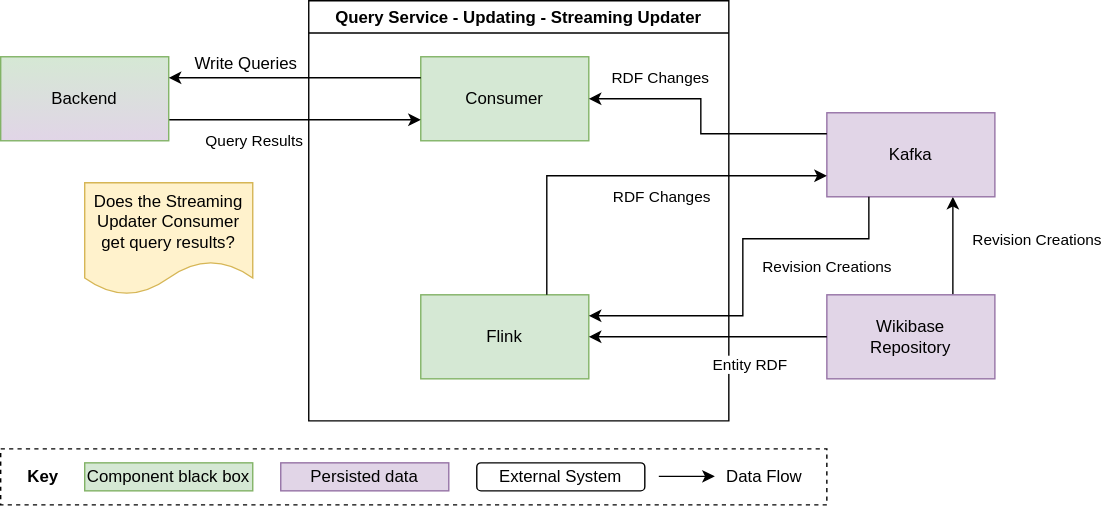
This is systems/Query/diagrams/05-02-streaming-updater.drawio.svg from wmde/wikidata-wikibase-architecture, a draw.io export, as it was before one commit. Source tidied: cells renumbered, new cells last; positions are measured from the earlier drawing's top-left corner, leaving out a move shared by most shapes.
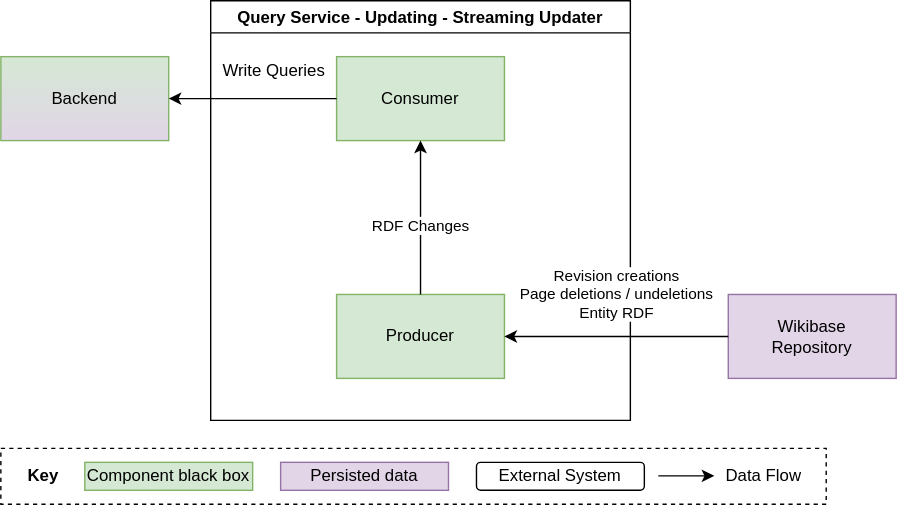
Later version of the same file.

Commit message:
Change terminology and mainly remove kafka

What changed in the source:
```diff
@@ -3,14 +3,25 @@
     <mxCell id="0" />
     <mxCell id="1" parent="0" />
     <mxCell id="2" value="Query Service - Updating - Streaming Updater" style="swimlane;" parent="1" vertex="1">
-      <mxGeometry x="220" width="300" height="300" as="geometry" />
+      <mxGeometry x="150" width="300" height="300" as="geometry" />
     </mxCell>
-    <mxCell id="3" value="Flink" style="rounded=0;whiteSpace=wrap;html=1;fillColor=#d5e8d4;strokeColor=#82b366;" parent="2" vertex="1">
-      <mxGeometry x="80" y="210" width="120" height="60" as="geometry" />
+    <mxCell id="3" value="Producer" style="rounded=0;whiteSpace=wrap;html=1;fillColor=#d5e8d4;strokeColor=#82b366;" parent="2" vertex="1">
+      <mxGeometry x="90" y="210" width="120" height="60" as="geometry" />
     </mxCell>
     <mxCell id="4" value="Consumer" style="rounded=0;whiteSpace=wrap;html=1;fillColor=#d5e8d4;strokeColor=#82b366;" parent="2" vertex="1">
-      <mxGeometry x="80" y="40" width="120" height="60" as="geometry" />
+      <mxGeometry x="90" y="40" width="120" height="60" as="geometry" />
     </mxCell>
+    <mxCell id="28" style="edgeStyle=orthogonalEdgeStyle;rounded=0;jettySize=auto;html=1;exitX=0.5;exitY=0;exitDx=0;exitDy=0;entryX=0.5;entryY=1;entryDx=0;entryDy=0;startArrow=none;startFill=0;endArrow=classic;endFill=1;" parent="2" edge="1" source="3" target="4">
+      <mxGeometry relative="1" as="geometry" />
+    </mxCell>
+    <mxCell id="29" value="RDF Changes" style="edgeLabel;html=1;align=center;verticalAlign=middle;" parent="28" vertex="1">
+      <mxGeometry x="0.17" relative="1" as="geometry">
+        <mxPoint y="15" as="offset" />
+      </mxGeometry>
+    </mxCell>
+    <mxCell id="20" value="Write Queries" style="text;html=1;align=center;verticalAlign=middle;strokeColor=none;" parent="2" vertex="1">
+      <mxGeometry y="40" width="90" height="20" as="geometry" />
+    </mxCell>
     <mxCell id="5" style="rounded=0;whiteSpace=wrap;html=1;fillColor=none;dashed=1;" parent="1" vertex="1">
       <mxGeometry y="320" width="590" height="40" as="geometry" />
     </mxCell>
@@ -26,72 +37,23 @@
     <mxCell id="9" value="External System" style="rounded=1;whiteSpace=wrap;html=1;align=center;" parent="1" vertex="1">
       <mxGeometry x="340" y="330" width="120" height="20" as="geometry" />
     </mxCell>
-    <mxCell id="10" style="edgeStyle=orthogonalEdgeStyle;rounded=0;jettySize=auto;html=1;exitX=1;exitY=0.75;exitDx=0;exitDy=0;entryX=0;entryY=0.75;entryDx=0;entryDy=0;" parent="1" edge="1" source="12" target="4">
-      <mxGeometry relative="1" as="geometry" />
-    </mxCell>
-    <mxCell id="11" value="Query Results" style="edgeLabel;html=1;align=center;verticalAlign=middle;" parent="10" vertex="1">
-      <mxGeometry x="-0.34" y="-1" relative="1" as="geometry">
-        <mxPoint x="1" y="14" as="offset" />
-      </mxGeometry>
-    </mxCell>
     <mxCell id="12" value="Backend" style="rounded=0;whiteSpace=wrap;html=1;fillColor=#d5e8d4;strokeColor=#82b366;gradientColor=#E1D5E7;" parent="1" vertex="1">
       <mxGeometry y="40" width="120" height="60" as="geometry" />
     </mxCell>
-    <mxCell id="13" style="edgeStyle=orthogonalEdgeStyle;rounded=0;jettySize=auto;html=1;exitX=0.75;exitY=0;exitDx=0;exitDy=0;entryX=0.75;entryY=1;entryDx=0;entryDy=0;startArrow=none;startFill=0;endArrow=classic;endFill=1;" parent="1" edge="1" source="15" target="16">
-      <mxGeometry relative="1" as="geometry" />
-    </mxCell>
-    <mxCell id="14" value="Revision Creations" style="edgeLabel;html=1;align=center;verticalAlign=middle;" parent="13" vertex="1">
-      <mxGeometry x="-0.27" y="-1" relative="1" as="geometry">
-        <mxPoint x="59" y="-14" as="offset" />
-      </mxGeometry>
-    </mxCell>
     <mxCell id="15" value="Wikibase&lt;br&gt;Repository" style="rounded=0;whiteSpace=wrap;html=1;fillColor=#e1d5e7;strokeColor=#9673a6;" parent="1" vertex="1">
-      <mxGeometry x="590" y="210" width="120" height="60" as="geometry" />
+      <mxGeometry x="520" y="210" width="120" height="60" as="geometry" />
     </mxCell>
-    <mxCell id="16" value="Kafka" style="rounded=0;whiteSpace=wrap;html=1;fillColor=#e1d5e7;strokeColor=#9673a6;" parent="1" vertex="1">
-      <mxGeometry x="590" y="80" width="120" height="60" as="geometry" />
-    </mxCell>
-    <mxCell id="17" style="edgeStyle=orthogonalEdgeStyle;rounded=0;jettySize=auto;html=1;entryX=1;entryY=0.25;entryDx=0;entryDy=0;exitX=0;exitY=0.25;exitDx=0;exitDy=0;" parent="1" edge="1" source="4" target="12">
+    <mxCell id="17" style="edgeStyle=orthogonalEdgeStyle;rounded=0;jettySize=auto;html=1;entryX=1;entryY=0.5;entryDx=0;entryDy=0;exitX=0;exitY=0.5;exitDx=0;exitDy=0;" parent="1" edge="1" source="4" target="12">
       <mxGeometry relative="1" as="geometry" />
     </mxCell>
     <mxCell id="18" style="edgeStyle=entityRelationEdgeStyle;rounded=0;jettySize=auto;html=1;exitX=1;exitY=0.5;exitDx=0;exitDy=0;entryX=0;entryY=0.5;entryDx=0;entryDy=0;elbow=vertical;startArrow=classic;startFill=1;endArrow=none;endFill=0;" parent="1" edge="1" source="3" target="15">
       <mxGeometry relative="1" as="geometry" />
     </mxCell>
-    <mxCell id="19" value="Entity RDF" style="edgeLabel;html=1;align=center;verticalAlign=middle;" parent="18" vertex="1">
+    <mxCell id="19" value="Revision creations&lt;br&gt;Page deletions / undeletions&lt;br&gt;Entity RDF" style="edgeLabel;html=1;align=center;verticalAlign=middle;" parent="18" vertex="1">
       <mxGeometry x="0.56" y="1" relative="1" as="geometry">
-        <mxPoint x="-18" y="21" as="offset" />
+        <mxPoint x="-45" y="-29" as="offset" />
       </mxGeometry>
     </mxCell>
-    <mxCell id="20" value="Write Queries" style="text;html=1;align=center;verticalAlign=middle;strokeColor=none;" parent="1" vertex="1">
-      <mxGeometry x="130" y="35" width="90" height="20" as="geometry" />
-    </mxCell>
-    <mxCell id="21" style="edgeStyle=orthogonalEdgeStyle;rounded=0;jettySize=auto;html=1;entryX=0;entryY=0.25;entryDx=0;entryDy=0;startArrow=classic;startFill=1;endArrow=none;endFill=0;" parent="1" edge="1" source="4" target="16">
-      <mxGeometry relative="1" as="geometry">
-        <Array as="points">
-          <mxPoint x="500" y="70" />
-          <mxPoint x="500" y="95" />
-        </Array>
-      </mxGeometry>
-    </mxCell>
-    <mxCell id="22" value="RDF Changes" style="edgeLabel;html=1;align=center;verticalAlign=middle;" parent="21" vertex="1">
-      <mxGeometry x="0.24" y="3" relative="1" as="geometry">
-        <mxPoint x="-46" y="-37" as="offset" />
-      </mxGeometry>
-    </mxCell>
-    <mxCell id="23" style="edgeStyle=orthogonalEdgeStyle;rounded=0;jettySize=auto;html=1;entryX=0.25;entryY=1;entryDx=0;entryDy=0;exitX=1;exitY=0.25;exitDx=0;exitDy=0;startArrow=classic;startFill=1;endArrow=none;endFill=0;" parent="1" edge="1" source="3" target="16">
-      <mxGeometry relative="1" as="geometry">
-        <Array as="points">
-          <mxPoint x="530" y="225" />
-          <mxPoint x="530" y="170" />
-          <mxPoint x="620" y="170" />
-        </Array>
-      </mxGeometry>
-    </mxCell>
-    <mxCell id="24" value="Revision Creations" style="edgeLabel;html=1;align=center;verticalAlign=middle;" parent="23" vertex="1">
-      <mxGeometry x="0.33" y="-1" relative="1" as="geometry">
-        <mxPoint x="35" y="19" as="offset" />
-      </mxGeometry>
-    </mxCell>
     <mxCell id="25" style="endArrow=classic;html=1;" parent="1" edge="1">
       <mxGeometry relative="1" as="geometry">
         <mxPoint x="470" y="339.7" as="sourcePoint" />
@@ -101,16 +63,5 @@
     <mxCell id="26" value="Data Flow" style="text;html=1;align=center;verticalAlign=middle;strokeColor=none;" parent="1" vertex="1">
       <mxGeometry x="510" y="330" width="70" height="20" as="geometry" />
     </mxCell>
-    <mxCell id="27" value="Does the Streaming Updater Consumer get query results?" style="shape=document;whiteSpace=wrap;html=1;boundedLbl=1;fillColor=#fff2cc;strokeColor=#d6b656;" parent="1" vertex="1">
-      <mxGeometry x="60" y="130" width="120" height="80" as="geometry" />
-    </mxCell>
-    <mxCell id="28" style="edgeStyle=orthogonalEdgeStyle;rounded=0;jettySize=auto;html=1;exitX=0.75;exitY=0;exitDx=0;exitDy=0;entryX=0;entryY=0.75;entryDx=0;entryDy=0;startArrow=none;startFill=0;endArrow=classic;endFill=1;" parent="1" edge="1" source="3" target="16">
-      <mxGeometry relative="1" as="geometry" />
-    </mxCell>
-    <mxCell id="29" value="RDF Changes" style="edgeLabel;html=1;align=center;verticalAlign=middle;" parent="28" vertex="1">
-      <mxGeometry x="0.17" relative="1" as="geometry">
-        <mxPoint y="15" as="offset" />
-      </mxGeometry>
-    </mxCell>
   </root>
 </mxGraphModel>
```
